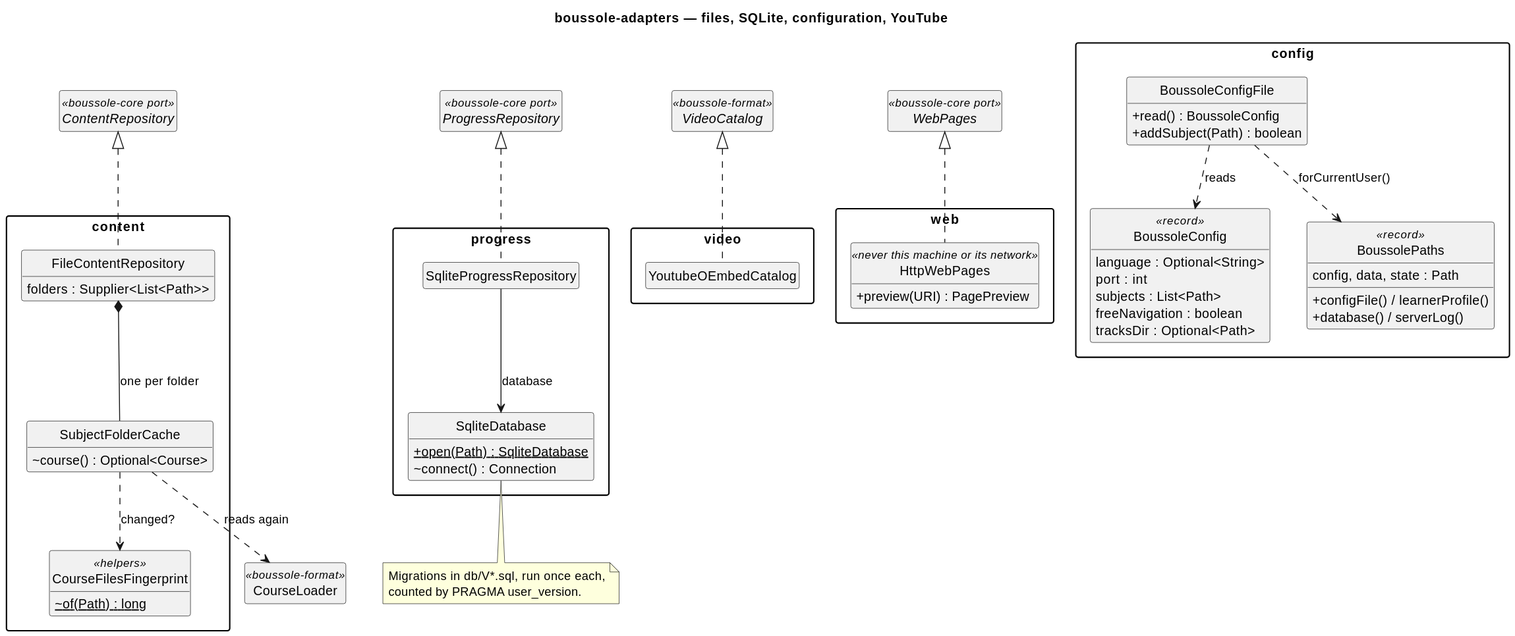
Above: docs/diagrams/60-adapters.svg in lucasssoh/Boussole (PlantUML), before the change.
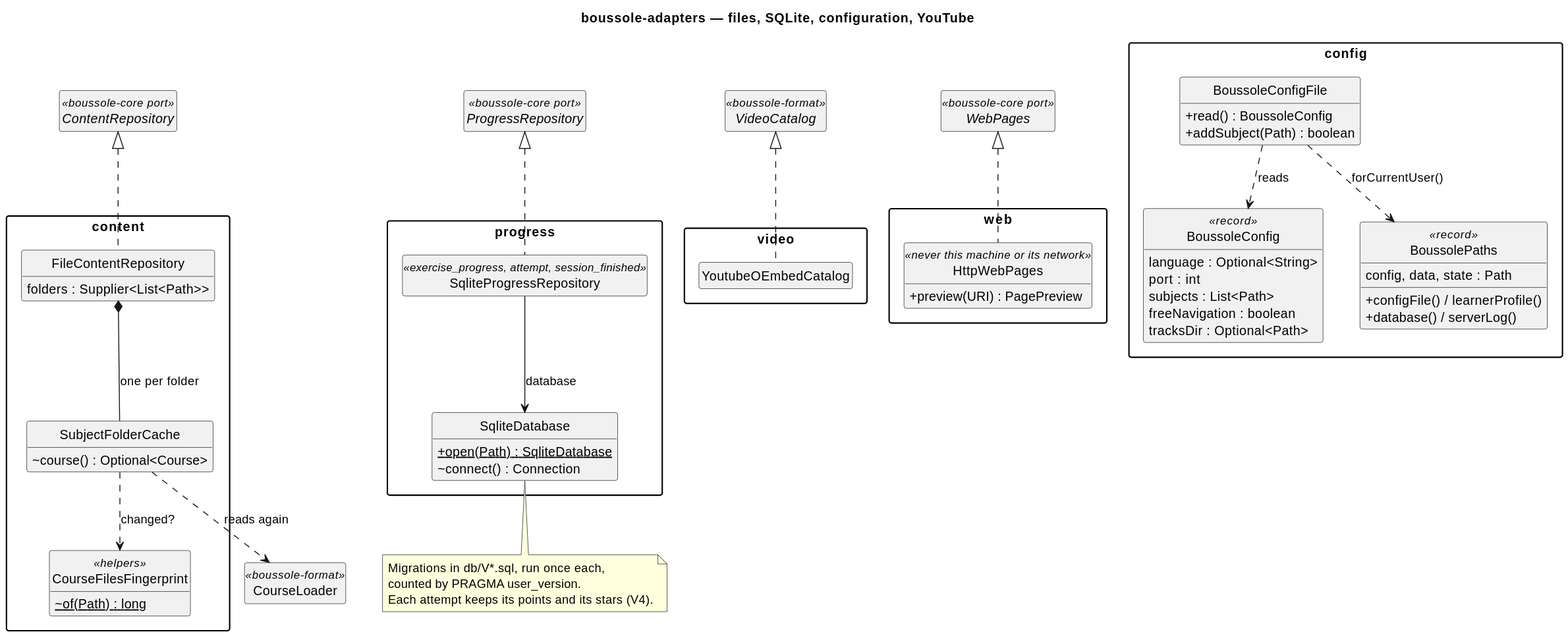
After the commit.

Diff of the diagram source:
```diff
@@ -20,7 +20,7 @@
 }
 
 package "progress" {
-  class SqliteProgressRepository
+  class SqliteProgressRepository <<exercise_progress, attempt, session_finished>>
   class SqliteDatabase {
     +{static} open(Path) : SqliteDatabase
     ~connect() : Connection
@@ -76,5 +76,6 @@
 note bottom of SqliteDatabase
   Migrations in db/V*.sql, run once each,
   counted by PRAGMA user_version.
+  Each attempt keeps its points and its stars (V4).
 end note
 @enduml
```
